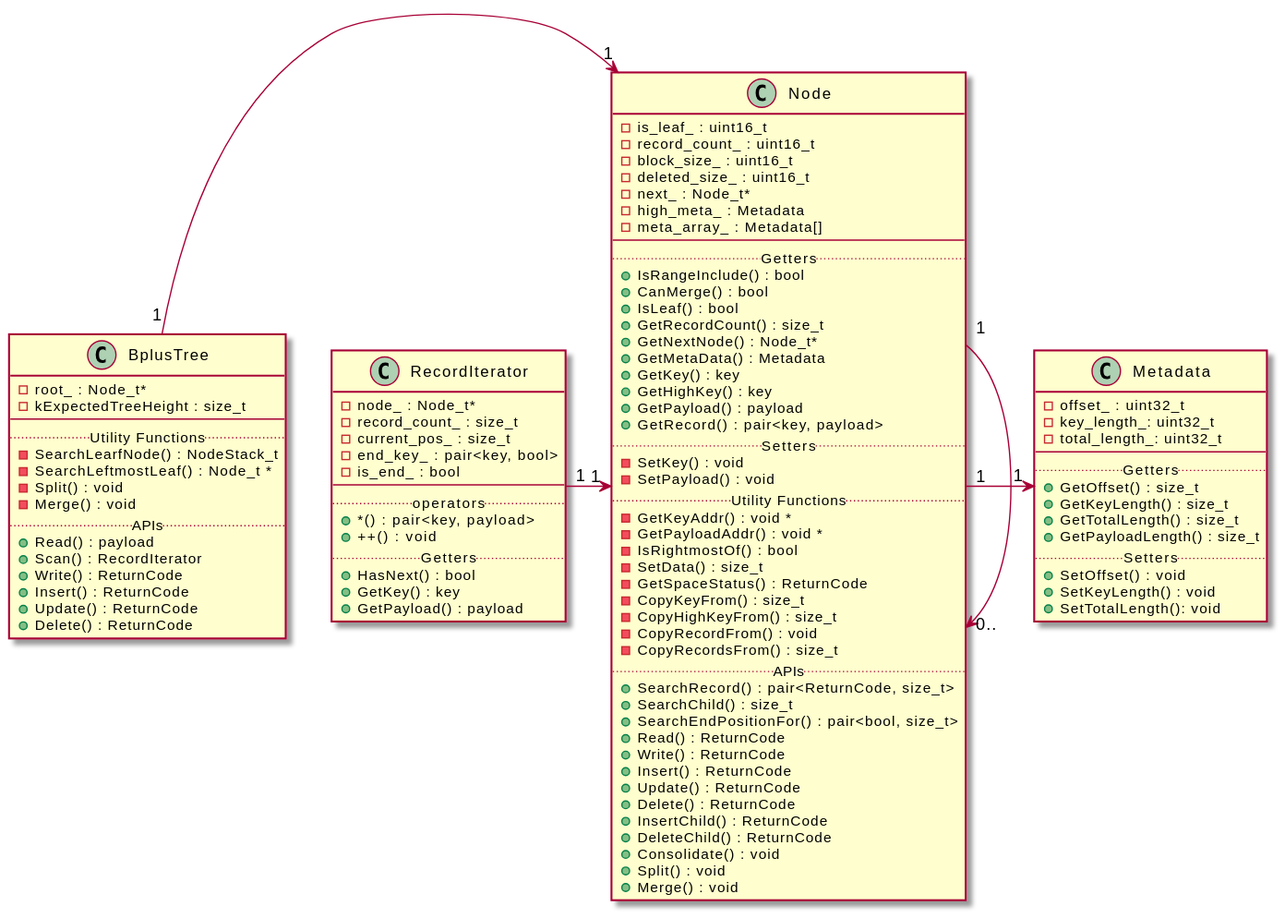
Above: design_doc/figures/class.svg in dbgroup-nagoya-u/b-tree (PlantUML), before the change.
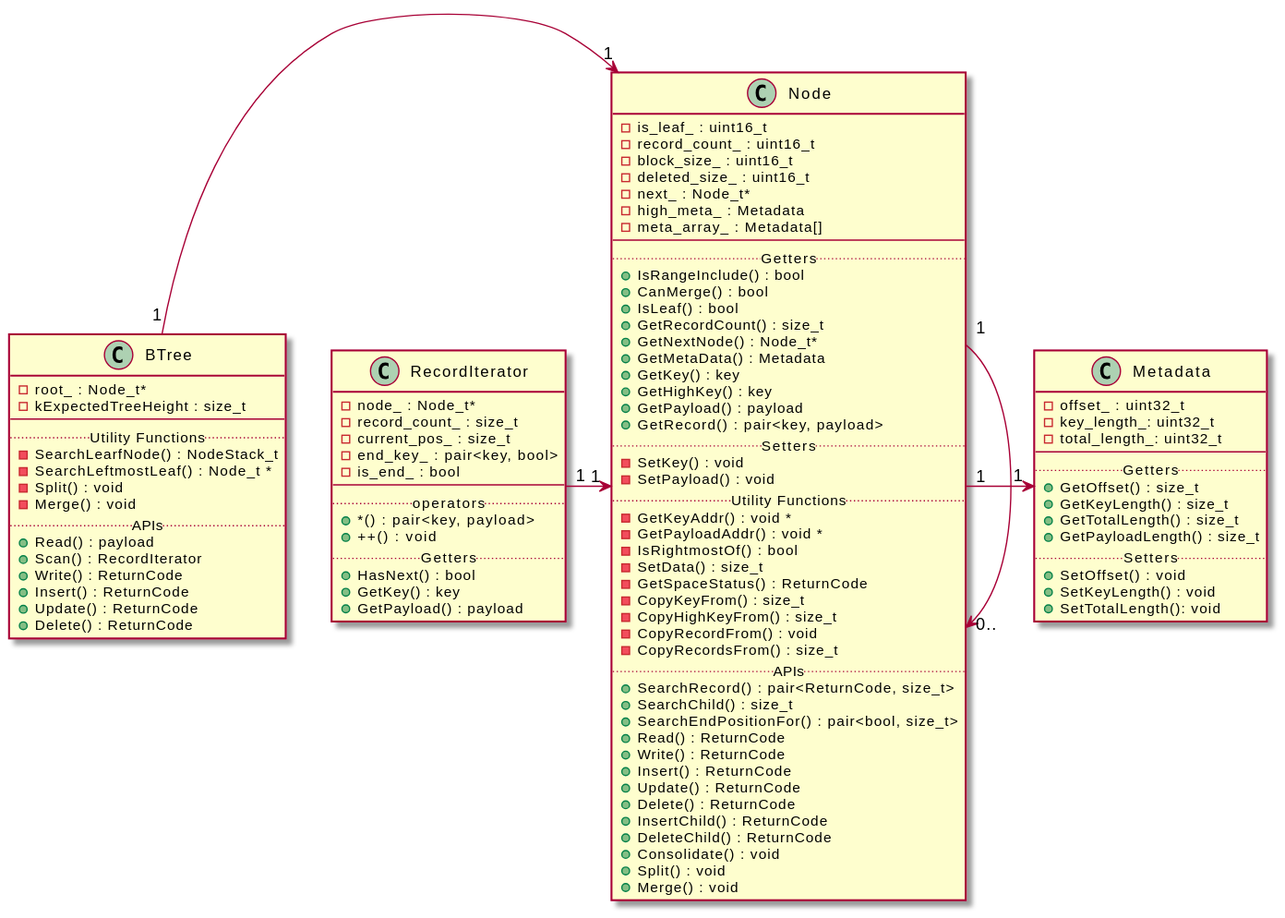
The same diagram one commit later.

The edit, as a diff of the source:
```diff
@@ -1,6 +1,6 @@
 @startuml
 
-class BplusTree{
+class BTree{
   -root_ : Node_t*
   -kExpectedTreeHeight : size_t
 --
@@ -99,7 +99,7 @@
   +GetPayload() : payload
 }
 
-BplusTree "1" -> "1" Node
+BTree "1" -> "1" Node
 Node "1" -> "1" Metadata
 Node "1" -> "0.." Node
 RecordIterator "1" -> "1" Node
```
